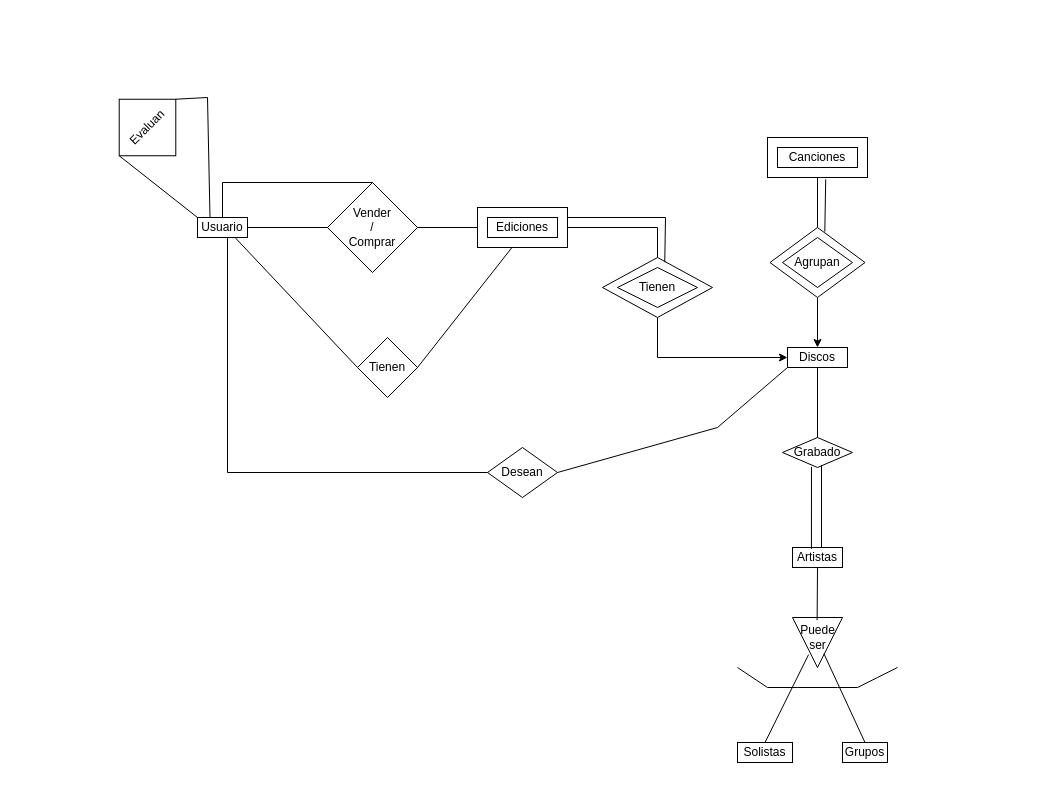
Above: Modelo E-R.drawio in HugoOvide/BBDD_1 (draw.io), before the change. Source tidied: cells renumbered, new cells numbered last; positions are measured from the earlier drawing's top-left corner, leaving out a move shared by most shapes. Both pictures are drawn from the tidied source at 100%, with x=0, y=0 at pixel (107, 87).
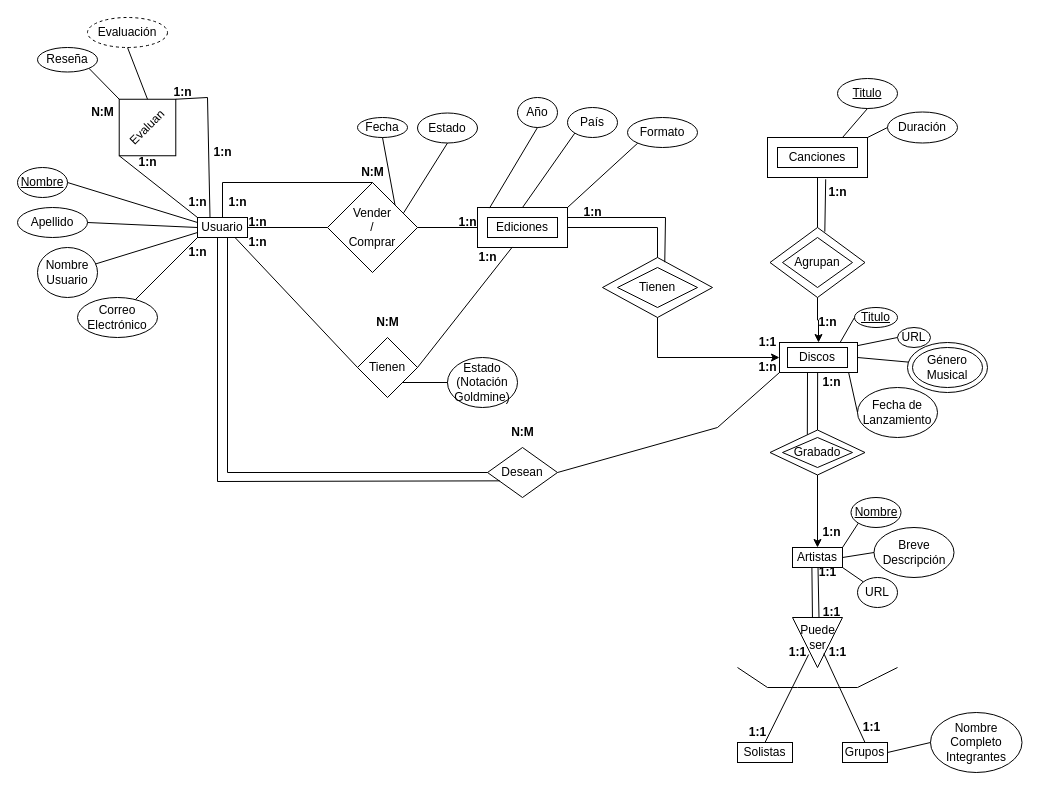
The same page after the edit.

The change refers to these unchanged cells:
```xml
<mxCell id="2" value="Usuario" style="rounded=0;whiteSpace=wrap;html=1;" parent="1" vertex="1">
  <mxGeometry x="90" y="130" width="50" height="20" as="geometry" />
</mxCell>
<mxCell id="4" value="Vender&lt;div&gt;/&lt;/div&gt;&lt;div&gt;Comprar&lt;/div&gt;" style="rhombus;whiteSpace=wrap;html=1;" parent="1" vertex="1">
  <mxGeometry x="220" y="95" width="90" height="90" as="geometry" />
</mxCell>
<mxCell id="6" value="Discos" style="whiteSpace=wrap;html=1;" parent="1" vertex="1">
  <mxGeometry x="680" y="260" width="60" height="20" as="geometry" />
</mxCell>
<mxCell id="9" value="Grabado" style="rhombus;whiteSpace=wrap;html=1;" parent="1" vertex="1">
  <mxGeometry x="675" y="350" width="70" height="30" as="geometry" />
</mxCell>
<mxCell id="10" value="Artistas" style="whiteSpace=wrap;html=1;" parent="1" vertex="1">
  <mxGeometry x="685" y="460" width="50" height="20" as="geometry" />
</mxCell>
<mxCell id="13" value="Grupos" style="whiteSpace=wrap;html=1;" parent="1" vertex="1">
  <mxGeometry x="735" y="655" width="45" height="20" as="geometry" />
</mxCell>
<mxCell id="14" value="Puede&lt;div&gt;ser&lt;/div&gt;" style="text;html=1;align=center;verticalAlign=middle;points=[];strokeColor=none;fillColor=none;" parent="1" vertex="1">
  <mxGeometry x="680" y="530" width="60" height="40" as="geometry" />
</mxCell>
<mxCell id="16" value="Tienen" style="rhombus;whiteSpace=wrap;html=1;rotation=0;" parent="1" vertex="1">
  <mxGeometry x="250" y="250" width="60" height="60" as="geometry" />
</mxCell>
<mxCell id="17" value="Desean" style="rhombus;whiteSpace=wrap;html=1;" parent="1" vertex="1">
  <mxGeometry x="380" y="360" width="70" height="50" as="geometry" />
</mxCell>
<mxCell id="24" style="whiteSpace=wrap;html=1;fillColor=none;" parent="1" vertex="1">
  <mxGeometry x="370" y="120" width="90" height="40" as="geometry" />
</mxCell>
<mxCell id="25" style="whiteSpace=wrap;html=1;fillColor=none;" parent="1" vertex="1">
  <mxGeometry x="660" y="50" width="100" height="40" as="geometry" />
</mxCell>
<mxCell id="29" style="rhombus;whiteSpace=wrap;html=1;fillColor=none;" parent="1" vertex="1">
  <mxGeometry x="495" y="170" width="110" height="60" as="geometry" />
</mxCell>
<mxCell id="31" style="rhombus;whiteSpace=wrap;html=1;fillColor=none;" parent="1" vertex="1">
  <mxGeometry x="662.5" y="140" width="95" height="70" as="geometry" />
</mxCell>
<mxCell id="42" value="Evaluan" style="rhombus;whiteSpace=wrap;html=1;rotation=-45;" parent="1" vertex="1">
  <mxGeometry width="80" height="80" as="geometry" />
</mxCell>
```

The edit, as a diff of the source:
```diff
@@
-    <mxCell id="15" style="endArrow=none;html=1;rounded=0;exitX=0.494;exitY=0.069;exitDx=0;exitDy=0;exitPerimeter=0;" parent="1" edge="1" source="14">
-      <mxGeometry relative="1" as="geometry">
-        <mxPoint x="710" y="480" as="targetPoint" />
-      </mxGeometry>
+    <mxCell id="15" style="endArrow=none;html=1;rounded=0;exitX=0.416;exitY=-0.003;exitDx=0;exitDy=0;exitPerimeter=0;entryX=0.388;entryY=0.994;entryDx=0;entryDy=0;entryPerimeter=0;" parent="1" edge="1" source="14" target="10">
+      <mxGeometry relative="1" as="geometry" />
     </mxCell>
@@
-    <mxCell id="19" style="endArrow=none;html=1;rounded=0;exitX=1;exitY=0.5;exitDx=0;exitDy=0;entryX=0;entryY=1;entryDx=0;entryDy=0;" parent="1" edge="1" source="17" target="6">
+    <mxCell id="19" style="endArrow=none;html=1;rounded=0;exitX=1;exitY=0.5;exitDx=0;exitDy=0;entryX=0;entryY=1;entryDx=0;entryDy=0;" parent="1" edge="1" source="17" target="108">
       <mxGeometry relative="1" as="geometry">
         <Array as="points">
           <mxPoint x="610" y="340" />
         </Array>
       </mxGeometry>
     </mxCell>
@@
-    <mxCell id="28" style="edgeStyle=orthogonalEdgeStyle;rounded=0;jettySize=auto;html=1;exitX=0.5;exitY=1;exitDx=0;exitDy=0;entryX=0;entryY=0.5;entryDx=0;entryDy=0;" parent="1" edge="1" source="29" target="6">
+    <mxCell id="28" style="edgeStyle=orthogonalEdgeStyle;rounded=0;jettySize=auto;html=1;exitX=0.5;exitY=1;exitDx=0;exitDy=0;entryX=0;entryY=0.5;entryDx=0;entryDy=0;" parent="1" edge="1" source="29" target="108">
       <mxGeometry relative="1" as="geometry" />
     </mxCell>
@@
-    <mxCell id="30" style="edgeStyle=orthogonalEdgeStyle;rounded=0;jettySize=auto;html=1;exitX=0.5;exitY=1;exitDx=0;exitDy=0;" parent="1" edge="1" source="31" target="6">
+    <mxCell id="30" style="edgeStyle=orthogonalEdgeStyle;rounded=0;jettySize=auto;html=1;exitX=0.5;exitY=1;exitDx=0;exitDy=0;entryX=0.5;entryY=0;entryDx=0;entryDy=0;" parent="1" edge="1" source="31" target="108">
       <mxGeometry relative="1" as="geometry" />
     </mxCell>
@@
-    <mxCell id="35" style="endArrow=none;html=1;rounded=0;exitX=0.379;exitY=0.067;exitDx=0;exitDy=0;exitPerimeter=0;entryX=0.414;entryY=0.981;entryDx=0;entryDy=0;entryPerimeter=0;" parent="1" edge="1" source="10" target="9">
-      <mxGeometry relative="1" as="geometry" />
-    </mxCell>
-    <mxCell id="36" style="endArrow=none;html=1;rounded=0;entryX=0.5;entryY=1;entryDx=0;entryDy=0;exitX=0.5;exitY=0;exitDx=0;exitDy=0;" parent="1" edge="1" source="9" target="6">
+    <mxCell id="36" style="endArrow=none;html=1;rounded=0;exitX=0.5;exitY=0;exitDx=0;exitDy=0;entryX=0.489;entryY=0.992;entryDx=0;entryDy=0;entryPerimeter=0;" parent="1" edge="1" source="107" target="108">
       <mxGeometry relative="1" as="geometry" />
     </mxCell>
@@
-    <mxCell id="39" style="endArrow=none;html=1;rounded=0;exitX=0.379;exitY=0.067;exitDx=0;exitDy=0;exitPerimeter=0;entryX=0.414;entryY=0.981;entryDx=0;entryDy=0;entryPerimeter=0;" parent="1" edge="1">
-      <mxGeometry relative="1" as="geometry">
-        <mxPoint x="714" y="460" as="sourcePoint" />
-        <mxPoint x="714" y="378" as="targetPoint" />
-      </mxGeometry>
+    <mxCell id="39" style="endArrow=none;html=1;rounded=0;entryX=0.359;entryY=1.007;entryDx=0;entryDy=0;entryPerimeter=0;exitX=0.393;exitY=0.104;exitDx=0;exitDy=0;exitPerimeter=0;" parent="1" edge="1" source="107" target="108">
+      <mxGeometry relative="1" as="geometry" />
     </mxCell>
@@
+    <mxCell id="44" value="Estado&lt;div&gt;(Notación&lt;/div&gt;&lt;div&gt;Goldmine)&lt;/div&gt;" style="ellipse;whiteSpace=wrap;html=1;" parent="1" vertex="1">
+      <mxGeometry x="340" y="270" width="70" height="50" as="geometry" />
+    </mxCell>
+    <mxCell id="45" style="endArrow=none;html=1;rounded=0;exitX=0;exitY=0.5;exitDx=0;exitDy=0;entryX=1;entryY=1;entryDx=0;entryDy=0;" parent="1" edge="1" source="44" target="16">
+      <mxGeometry relative="1" as="geometry" />
+    </mxCell>
+    <mxCell id="46" value="&lt;u&gt;Titulo&lt;/u&gt;" style="ellipse;whiteSpace=wrap;html=1;" parent="1" vertex="1">
+      <mxGeometry x="730" y="-9" width="60" height="30" as="geometry" />
+    </mxCell>
+    <mxCell id="47" value="Duración" style="ellipse;whiteSpace=wrap;html=1;" parent="1" vertex="1">
+      <mxGeometry x="780" y="24.5" width="70" height="31" as="geometry" />
+    </mxCell>
+    <mxCell id="48" style="endArrow=none;html=1;rounded=0;entryX=0;entryY=0.5;entryDx=0;entryDy=0;exitX=1;exitY=0;exitDx=0;exitDy=0;" parent="1" edge="1" source="25" target="47">
+      <mxGeometry relative="1" as="geometry" />
+    </mxCell>
+    <mxCell id="49" style="endArrow=none;html=1;rounded=0;entryX=0.5;entryY=1;entryDx=0;entryDy=0;exitX=0.75;exitY=0;exitDx=0;exitDy=0;" parent="1" edge="1" source="25" target="46">
+      <mxGeometry relative="1" as="geometry" />
+    </mxCell>
+    <mxCell id="50" value="&lt;u&gt;Titulo&lt;/u&gt;" style="ellipse;whiteSpace=wrap;html=1;" parent="1" vertex="1">
+      <mxGeometry x="747" y="220" width="43" height="20" as="geometry" />
+    </mxCell>
+    <mxCell id="51" value="Fecha de&lt;div&gt;Lanzamiento&lt;/div&gt;" style="ellipse;whiteSpace=wrap;html=1;" parent="1" vertex="1">
+      <mxGeometry x="750" y="300" width="80" height="50" as="geometry" />
+    </mxCell>
+    <mxCell id="52" value="URL" style="ellipse;whiteSpace=wrap;html=1;" parent="1" vertex="1">
+      <mxGeometry x="790" y="240" width="33" height="20" as="geometry" />
+    </mxCell>
+    <mxCell id="53" style="endArrow=none;html=1;rounded=0;entryX=1;entryY=0.105;entryDx=0;entryDy=0;exitX=0;exitY=0.5;exitDx=0;exitDy=0;entryPerimeter=0;" parent="1" edge="1" source="52" target="108">
+      <mxGeometry relative="1" as="geometry" />
+    </mxCell>
+    <mxCell id="54" style="endArrow=none;html=1;rounded=0;exitX=1;exitY=0.5;exitDx=0;exitDy=0;entryX=0.018;entryY=0.393;entryDx=0;entryDy=0;entryPerimeter=0;" parent="1" edge="1" source="108" target="120">
+      <mxGeometry relative="1" as="geometry" />
+    </mxCell>
+    <mxCell id="55" style="endArrow=none;html=1;rounded=0;exitX=0.94;exitY=0.163;exitDx=0;exitDy=0;entryX=0;entryY=0.5;entryDx=0;entryDy=0;exitPerimeter=0;" parent="1" edge="1" source="105" target="51">
+      <mxGeometry relative="1" as="geometry" />
+    </mxCell>
+    <mxCell id="56" style="endArrow=none;html=1;rounded=0;exitX=0.775;exitY=0.009;exitDx=0;exitDy=0;entryX=0;entryY=0.5;entryDx=0;entryDy=0;exitPerimeter=0;" parent="1" edge="1" source="108" target="50">
+      <mxGeometry relative="1" as="geometry" />
+    </mxCell>
+    <mxCell id="57" value="URL" style="ellipse;whiteSpace=wrap;html=1;" parent="1" vertex="1">
+      <mxGeometry x="750" y="490" width="40" height="30" as="geometry" />
+    </mxCell>
+    <mxCell id="58" value="Breve&lt;div&gt;Descripción&lt;/div&gt;" style="ellipse;whiteSpace=wrap;html=1;" parent="1" vertex="1">
+      <mxGeometry x="766.5" y="440" width="80" height="50" as="geometry" />
+    </mxCell>
+    <mxCell id="59" value="&lt;u&gt;Nombre&lt;/u&gt;" style="ellipse;whiteSpace=wrap;html=1;" parent="1" vertex="1">
+      <mxGeometry x="743.5" y="410" width="50" height="30" as="geometry" />
+    </mxCell>
+    <mxCell id="60" value="Nombre&lt;div&gt;Completo&lt;/div&gt;&lt;div&gt;Integrantes&lt;/div&gt;" style="ellipse;whiteSpace=wrap;html=1;" parent="1" vertex="1">
+      <mxGeometry x="823" y="625" width="91.5" height="60" as="geometry" />
+    </mxCell>
+    <mxCell id="61" style="endArrow=none;html=1;rounded=0;entryX=1;entryY=0;entryDx=0;entryDy=0;exitX=0;exitY=1;exitDx=0;exitDy=0;" parent="1" edge="1" source="59" target="10">
+      <mxGeometry relative="1" as="geometry" />
+    </mxCell>
+    <mxCell id="62" style="endArrow=none;html=1;rounded=0;exitX=0;exitY=0.5;exitDx=0;exitDy=0;" parent="1" edge="1" source="58">
+      <mxGeometry relative="1" as="geometry">
+        <mxPoint x="735" y="470" as="targetPoint" />
+      </mxGeometry>
+    </mxCell>
+    <mxCell id="63" style="endArrow=none;html=1;rounded=0;entryX=1;entryY=1;entryDx=0;entryDy=0;exitX=0;exitY=0;exitDx=0;exitDy=0;" parent="1" edge="1" source="57" target="10">
+      <mxGeometry relative="1" as="geometry" />
+    </mxCell>
+    <mxCell id="64" style="endArrow=none;html=1;rounded=0;entryX=1;entryY=0.5;entryDx=0;entryDy=0;exitX=0;exitY=0.5;exitDx=0;exitDy=0;" parent="1" edge="1" source="60" target="13">
+      <mxGeometry relative="1" as="geometry" />
+    </mxCell>
+    <mxCell id="65" value="Año" style="ellipse;whiteSpace=wrap;html=1;" parent="1" vertex="1">
+      <mxGeometry x="410" y="10" width="40" height="30" as="geometry" />
+    </mxCell>
+    <mxCell id="66" value="País" style="ellipse;whiteSpace=wrap;html=1;" parent="1" vertex="1">
+      <mxGeometry x="460" y="20" width="50" height="30" as="geometry" />
+    </mxCell>
+    <mxCell id="67" value="Formato" style="ellipse;whiteSpace=wrap;html=1;" parent="1" vertex="1">
+      <mxGeometry x="520" y="30" width="70" height="30" as="geometry" />
+    </mxCell>
+    <mxCell id="68" style="endArrow=none;html=1;rounded=0;entryX=0;entryY=1;entryDx=0;entryDy=0;exitX=0.5;exitY=0;exitDx=0;exitDy=0;" parent="1" edge="1" source="24" target="66">
+      <mxGeometry relative="1" as="geometry" />
+    </mxCell>
+    <mxCell id="69" style="endArrow=none;html=1;rounded=0;entryX=0;entryY=1;entryDx=0;entryDy=0;exitX=1;exitY=0;exitDx=0;exitDy=0;" parent="1" edge="1" source="24" target="67">
+      <mxGeometry relative="1" as="geometry" />
+    </mxCell>
+    <mxCell id="70" style="endArrow=none;html=1;rounded=0;entryX=0.5;entryY=1;entryDx=0;entryDy=0;exitX=0.133;exitY=0.016;exitDx=0;exitDy=0;exitPerimeter=0;" parent="1" edge="1" source="24" target="65">
+      <mxGeometry relative="1" as="geometry" />
+    </mxCell>
+    <mxCell id="71" value="Fecha" style="ellipse;whiteSpace=wrap;html=1;" parent="1" vertex="1">
+      <mxGeometry x="250" y="30" width="50" height="20" as="geometry" />
+    </mxCell>
+    <mxCell id="72" value="Estado" style="ellipse;whiteSpace=wrap;html=1;" parent="1" vertex="1">
+      <mxGeometry x="310" y="25.5" width="60" height="30" as="geometry" />
+    </mxCell>
+    <mxCell id="73" style="endArrow=none;html=1;rounded=0;entryX=0.5;entryY=1;entryDx=0;entryDy=0;exitX=0.846;exitY=0.337;exitDx=0;exitDy=0;exitPerimeter=0;" parent="1" edge="1" source="4" target="72">
+      <mxGeometry relative="1" as="geometry" />
+    </mxCell>
+    <mxCell id="74" style="endArrow=none;html=1;rounded=0;entryX=0.5;entryY=1;entryDx=0;entryDy=0;exitX=1;exitY=0;exitDx=0;exitDy=0;" parent="1" edge="1" source="4" target="71">
+      <mxGeometry relative="1" as="geometry" />
+    </mxCell>
+    <mxCell id="75" value="Reseña" style="ellipse;whiteSpace=wrap;html=1;" parent="1" vertex="1">
+      <mxGeometry x="-70" y="-40" width="60" height="24.5" as="geometry" />
+    </mxCell>
+    <mxCell id="76" value="Evaluación" style="ellipse;whiteSpace=wrap;html=1;dashed=1;" parent="1" vertex="1">
+      <mxGeometry x="-20" y="-70" width="80" height="30" as="geometry" />
+    </mxCell>
+    <mxCell id="77" style="endArrow=none;html=1;rounded=0;entryX=1;entryY=1;entryDx=0;entryDy=0;exitX=0.5;exitY=0;exitDx=0;exitDy=0;" parent="1" edge="1" source="42" target="75">
+      <mxGeometry relative="1" as="geometry" />
+    </mxCell>
+    <mxCell id="78" style="endArrow=none;html=1;rounded=0;entryX=0.5;entryY=1;entryDx=0;entryDy=0;exitX=1;exitY=0;exitDx=0;exitDy=0;" parent="1" edge="1" source="42" target="76">
+      <mxGeometry relative="1" as="geometry" />
+    </mxCell>
+    <mxCell id="79" value="&lt;u&gt;Nombre&lt;/u&gt;" style="ellipse;whiteSpace=wrap;html=1;" parent="1" vertex="1">
+      <mxGeometry x="-90" y="80" width="50" height="30" as="geometry" />
+    </mxCell>
+    <mxCell id="80" value="Correo&lt;div&gt;Electrónico&lt;/div&gt;" style="ellipse;whiteSpace=wrap;html=1;" parent="1" vertex="1">
+      <mxGeometry x="-30" y="210" width="80" height="40" as="geometry" />
+    </mxCell>
+    <mxCell id="81" value="Nombre&lt;div&gt;Usuario&lt;/div&gt;" style="ellipse;whiteSpace=wrap;html=1;" parent="1" vertex="1">
+      <mxGeometry x="-70" y="160" width="60" height="50" as="geometry" />
+    </mxCell>
+    <mxCell id="82" value="Apellido" style="ellipse;whiteSpace=wrap;html=1;" parent="1" vertex="1">
+      <mxGeometry x="-90" y="120" width="70" height="30" as="geometry" />
+    </mxCell>
+    <mxCell id="83" style="endArrow=none;html=1;rounded=0;entryX=0;entryY=0.25;entryDx=0;entryDy=0;exitX=1;exitY=0.5;exitDx=0;exitDy=0;" parent="1" edge="1" source="79" target="2">
+      <mxGeometry relative="1" as="geometry" />
+    </mxCell>
+    <mxCell id="84" style="endArrow=none;html=1;rounded=0;entryX=0;entryY=0.5;entryDx=0;entryDy=0;exitX=1;exitY=0.5;exitDx=0;exitDy=0;" parent="1" edge="1" source="82" target="2">
+      <mxGeometry relative="1" as="geometry" />
+    </mxCell>
+    <mxCell id="85" style="endArrow=none;html=1;rounded=0;entryX=0;entryY=0.75;entryDx=0;entryDy=0;exitX=0.971;exitY=0.328;exitDx=0;exitDy=0;exitPerimeter=0;" parent="1" edge="1" source="81" target="2">
+      <mxGeometry relative="1" as="geometry" />
+    </mxCell>
+    <mxCell id="86" style="endArrow=none;html=1;rounded=0;entryX=0;entryY=1;entryDx=0;entryDy=0;" parent="1" edge="1" source="80" target="2">
+      <mxGeometry relative="1" as="geometry" />
+    </mxCell>
+    <mxCell id="87" value="&lt;b&gt;1:n&lt;/b&gt;" style="text;html=1;align=center;verticalAlign=middle;strokeColor=none;fillColor=none;" parent="1" vertex="1">
+      <mxGeometry x="95" y="50" width="40" height="30" as="geometry" />
+    </mxCell>
+    <mxCell id="88" value="&lt;b&gt;N:M&lt;/b&gt;" style="text;html=1;align=center;verticalAlign=middle;strokeColor=none;fillColor=none;" parent="1" vertex="1">
+      <mxGeometry x="-30" y="10" width="50" height="30" as="geometry" />
+    </mxCell>
+    <mxCell id="89" value="&lt;b&gt;1:n&lt;/b&gt;" style="text;html=1;align=center;verticalAlign=middle;strokeColor=none;fillColor=none;" parent="1" vertex="1">
+      <mxGeometry x="110" y="100" width="40" height="30" as="geometry" />
+    </mxCell>
+    <mxCell id="90" value="&lt;b&gt;1:n&lt;/b&gt;" style="text;html=1;align=center;verticalAlign=middle;strokeColor=none;fillColor=none;" parent="1" vertex="1">
+      <mxGeometry x="70" y="100" width="40" height="30" as="geometry" />
+    </mxCell>
+    <mxCell id="91" value="&lt;b&gt;1:n&lt;/b&gt;" style="text;html=1;align=center;verticalAlign=middle;strokeColor=none;fillColor=none;" parent="1" vertex="1">
+      <mxGeometry x="20" y="60" width="40" height="30" as="geometry" />
+    </mxCell>
+    <mxCell id="92" value="&lt;b&gt;1:n&lt;/b&gt;" style="text;html=1;align=center;verticalAlign=middle;strokeColor=none;fillColor=none;" parent="1" vertex="1">
+      <mxGeometry x="55" y="-10" width="40" height="30" as="geometry" />
+    </mxCell>
+    <mxCell id="93" value="&lt;b&gt;1:n&lt;/b&gt;" style="text;html=1;align=center;verticalAlign=middle;strokeColor=none;fillColor=none;" parent="1" vertex="1">
+      <mxGeometry x="130" y="120" width="40" height="30" as="geometry" />
+    </mxCell>
+    <mxCell id="94" value="&lt;b&gt;1:n&lt;/b&gt;" style="text;html=1;align=center;verticalAlign=middle;strokeColor=none;fillColor=none;" parent="1" vertex="1">
+      <mxGeometry x="340" y="120" width="40" height="30" as="geometry" />
+    </mxCell>
+    <mxCell id="95" value="&lt;b&gt;N:M&lt;/b&gt;" style="text;html=1;align=center;verticalAlign=middle;strokeColor=none;fillColor=none;" parent="1" vertex="1">
+      <mxGeometry x="240" y="70" width="50" height="30" as="geometry" />
+    </mxCell>
+    <mxCell id="96" value="&lt;b&gt;1:n&lt;/b&gt;" style="text;html=1;align=center;verticalAlign=middle;strokeColor=none;fillColor=none;" parent="1" vertex="1">
+      <mxGeometry x="70" y="150" width="40" height="30" as="geometry" />
+    </mxCell>
+    <mxCell id="97" value="&lt;b&gt;1:n&lt;/b&gt;" style="text;html=1;align=center;verticalAlign=middle;strokeColor=none;fillColor=none;" parent="1" vertex="1">
+      <mxGeometry x="640" y="265" width="40" height="30" as="geometry" />
+    </mxCell>
+    <mxCell id="98" value="&lt;b&gt;N:M&lt;/b&gt;" style="text;html=1;align=center;verticalAlign=middle;strokeColor=none;fillColor=none;" parent="1" vertex="1">
+      <mxGeometry x="255" y="220" width="50" height="30" as="geometry" />
+    </mxCell>
+    <mxCell id="99" value="&lt;b&gt;1:n&lt;/b&gt;" style="text;html=1;align=center;verticalAlign=middle;strokeColor=none;fillColor=none;" parent="1" vertex="1">
+      <mxGeometry x="130" y="140" width="40" height="30" as="geometry" />
+    </mxCell>
+    <mxCell id="100" value="&lt;b&gt;1:n&lt;/b&gt;" style="text;html=1;align=center;verticalAlign=middle;strokeColor=none;fillColor=none;" parent="1" vertex="1">
+      <mxGeometry x="360" y="155" width="40" height="30" as="geometry" />
+    </mxCell>
+    <mxCell id="101" value="&lt;b&gt;1:n&lt;/b&gt;" style="text;html=1;align=center;verticalAlign=middle;strokeColor=none;fillColor=none;" parent="1" vertex="1">
+      <mxGeometry x="465" y="110" width="40" height="30" as="geometry" />
+    </mxCell>
+    <mxCell id="102" value="&lt;b&gt;1:1&lt;/b&gt;" style="text;html=1;align=center;verticalAlign=middle;strokeColor=none;fillColor=none;" parent="1" vertex="1">
+      <mxGeometry x="640" y="240" width="40" height="30" as="geometry" />
+    </mxCell>
+    <mxCell id="103" value="&lt;b&gt;1:n&lt;/b&gt;" style="text;html=1;align=center;verticalAlign=middle;strokeColor=none;fillColor=none;" parent="1" vertex="1">
+      <mxGeometry x="710" y="90" width="40" height="30" as="geometry" />
+    </mxCell>
+    <mxCell id="104" value="&lt;b&gt;1:n&lt;/b&gt;" style="text;html=1;align=center;verticalAlign=middle;strokeColor=none;fillColor=none;" parent="1" vertex="1">
+      <mxGeometry x="700" y="220" width="40" height="30" as="geometry" />
+    </mxCell>
+    <mxCell id="105" value="&lt;b&gt;1:n&lt;/b&gt;" style="text;html=1;align=center;verticalAlign=middle;points=[];strokeColor=none;fillColor=none;" parent="1" vertex="1">
+      <mxGeometry x="703.5" y="280" width="40" height="30" as="geometry" />
+    </mxCell>
+    <mxCell id="106" style="edgeStyle=orthogonalEdgeStyle;rounded=0;jettySize=auto;html=1;exitX=0.5;exitY=1;exitDx=0;exitDy=0;entryX=0.5;entryY=0;entryDx=0;entryDy=0;" parent="1" edge="1" source="107" target="10">
+      <mxGeometry relative="1" as="geometry" />
+    </mxCell>
+    <mxCell id="107" style="rhombus;whiteSpace=wrap;html=1;fillColor=none;" parent="1" vertex="1">
+      <mxGeometry x="662.5" y="342.5" width="95" height="45" as="geometry" />
+    </mxCell>
+    <mxCell id="108" style="whiteSpace=wrap;html=1;fillColor=none;" parent="1" vertex="1">
+      <mxGeometry x="672" y="255" width="78" height="30" as="geometry" />
+    </mxCell>
+    <mxCell id="109" value="&lt;b&gt;1:n&lt;/b&gt;" style="text;html=1;align=center;verticalAlign=middle;strokeColor=none;fillColor=none;" parent="1" vertex="1">
+      <mxGeometry x="703.5" y="430" width="40" height="30" as="geometry" />
+    </mxCell>
+    <mxCell id="110" style="endArrow=none;html=1;rounded=0;exitX=0.416;exitY=-0.003;exitDx=0;exitDy=0;exitPerimeter=0;entryX=0.388;entryY=0.994;entryDx=0;entryDy=0;entryPerimeter=0;" parent="1" edge="1">
+      <mxGeometry relative="1" as="geometry">
+        <mxPoint x="711.5" y="530" as="sourcePoint" />
+        <mxPoint x="710.5" y="480" as="targetPoint" />
+      </mxGeometry>
+    </mxCell>
+    <mxCell id="111" value="&lt;b&gt;1:1&lt;/b&gt;" style="text;html=1;align=center;verticalAlign=middle;strokeColor=none;fillColor=none;" parent="1" vertex="1">
+      <mxGeometry x="700" y="470" width="40" height="30" as="geometry" />
+    </mxCell>
+    <mxCell id="112" value="&lt;b&gt;1:1&lt;/b&gt;" style="text;html=1;align=center;verticalAlign=middle;strokeColor=none;fillColor=none;" parent="1" vertex="1">
+      <mxGeometry x="703.5" y="510" width="40" height="30" as="geometry" />
+    </mxCell>
+    <mxCell id="113" value="&lt;b&gt;1:1&lt;/b&gt;" style="text;html=1;align=center;verticalAlign=middle;strokeColor=none;fillColor=none;" parent="1" vertex="1">
+      <mxGeometry x="710" y="550" width="40" height="30" as="geometry" />
+    </mxCell>
+    <mxCell id="114" value="&lt;b&gt;1:1&lt;/b&gt;" style="text;html=1;align=center;verticalAlign=middle;strokeColor=none;fillColor=none;" parent="1" vertex="1">
+      <mxGeometry x="743.5" y="625" width="40" height="30" as="geometry" />
+    </mxCell>
+    <mxCell id="115" value="&lt;b&gt;1:1&lt;/b&gt;" style="text;html=1;align=center;verticalAlign=middle;strokeColor=none;fillColor=none;" parent="1" vertex="1">
+      <mxGeometry x="630" y="630" width="40" height="30" as="geometry" />
+    </mxCell>
+    <mxCell id="116" value="&lt;b&gt;1:1&lt;/b&gt;" style="text;html=1;align=center;verticalAlign=middle;strokeColor=none;fillColor=none;" parent="1" vertex="1">
+      <mxGeometry x="670" y="550" width="40" height="30" as="geometry" />
+    </mxCell>
+    <mxCell id="117" value="&lt;b&gt;N:M&lt;/b&gt;" style="text;html=1;align=center;verticalAlign=middle;strokeColor=none;fillColor=none;" parent="1" vertex="1">
+      <mxGeometry x="390" y="330" width="50" height="30" as="geometry" />
+    </mxCell>
+    <mxCell id="118" style="endArrow=none;html=1;rounded=0;exitX=0.176;exitY=0.667;exitDx=0;exitDy=0;exitPerimeter=0;" parent="1" edge="1" source="17">
+      <mxGeometry relative="1" as="geometry">
+        <mxPoint x="110" y="150" as="targetPoint" />
+        <Array as="points">
+          <mxPoint x="110" y="394" />
+        </Array>
+      </mxGeometry>
+    </mxCell>
+    <mxCell id="119" value="Género&lt;div&gt;Musical&lt;/div&gt;" style="ellipse;whiteSpace=wrap;html=1;" parent="1" vertex="1">
+      <mxGeometry x="805" y="260" width="70" height="40" as="geometry" />
+    </mxCell>
+    <mxCell id="120" style="ellipse;whiteSpace=wrap;html=1;fillColor=none;" parent="1" vertex="1">
+      <mxGeometry x="800" y="255" width="80" height="50" as="geometry" />
+    </mxCell>
```
